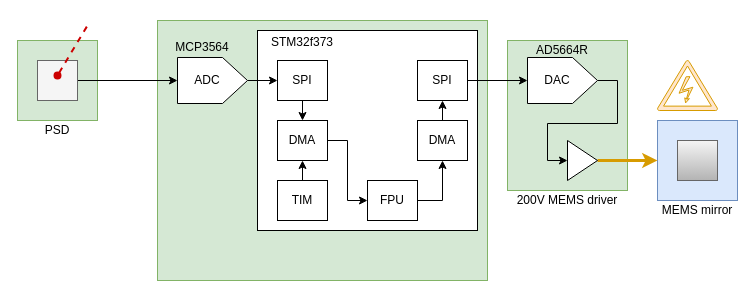
This is img/QSIT_MEMS_driver_loop.drawio from fhnw-ise-qcrypt/stm32-wiggly-pointy, a draw.io file, before an edit. Source tidied: cells renumbered, new cells numbered last; positions are measured from the earlier drawing's top-left corner, leaving out a move shared by most shapes. Both pictures are drawn from the tidied source at 100%, with x=0, y=0 at pixel (17, 20).
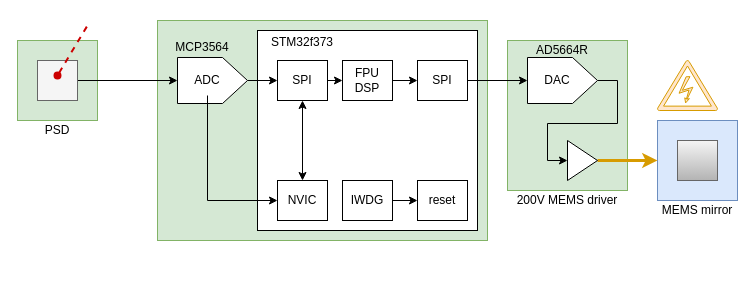
After the change.

Unchanged cells that the change refers to:
```xml
<mxCell id="6" value="SPI" style="rounded=0;whiteSpace=wrap;html=1;" parent="1" vertex="1">
  <mxGeometry x="400" y="40" width="50" height="40" as="geometry" />
</mxCell>
<mxCell id="11" value="SPI" style="rounded=0;whiteSpace=wrap;html=1;" parent="1" vertex="1">
  <mxGeometry x="260" y="40" width="50" height="40" as="geometry" />
</mxCell>
<mxCell id="20" value="ADC" style="text;html=1;strokeColor=none;fillColor=none;align=center;verticalAlign=middle;whiteSpace=wrap;rounded=0;" parent="1" vertex="1">
  <mxGeometry x="170" y="45" width="40" height="30" as="geometry" />
</mxCell>
```

The edit, as a diff of the source:
```diff
@@
     <mxCell id="2" style="rounded=0;whiteSpace=wrap;html=1;fillColor=#d5e8d4;strokeColor=#82b366;" parent="1" vertex="1">
-      <mxGeometry x="140" width="330" height="260" as="geometry" />
+      <mxGeometry x="140" width="330" height="220" as="geometry" />
     </mxCell>
@@
-    <mxCell id="10" style="edgeStyle=orthogonalEdgeStyle;rounded=0;jettySize=auto;html=1;exitX=0.5;exitY=1;exitDx=0;exitDy=0;entryX=0.5;entryY=0;entryDx=0;entryDy=0;" parent="1" edge="1" source="11" target="13">
+    <mxCell id="10" style="edgeStyle=orthogonalEdgeStyle;rounded=0;jettySize=auto;html=1;exitX=0.5;exitY=1;exitDx=0;exitDy=0;entryX=0.5;entryY=0;entryDx=0;entryDy=0;startArrow=classic;startFill=1;" parent="1" edge="1" source="11" target="13">
       <mxGeometry relative="1" as="geometry" />
     </mxCell>
+    <mxCell id="38" style="edgeStyle=orthogonalEdgeStyle;rounded=0;jettySize=auto;html=1;exitX=1;exitY=0.5;exitDx=0;exitDy=0;entryX=0;entryY=0.5;entryDx=0;entryDy=0;startArrow=none;startFill=0;" parent="1" edge="1" source="11" target="23">
+      <mxGeometry relative="1" as="geometry" />
+    </mxCell>
@@
-    <mxCell id="12" style="edgeStyle=orthogonalEdgeStyle;rounded=0;jettySize=auto;html=1;exitX=1;exitY=0.5;exitDx=0;exitDy=0;entryX=0;entryY=0.5;entryDx=0;entryDy=0;strokeWidth=1;" parent="1" edge="1" source="13" target="23">
-      <mxGeometry relative="1" as="geometry" />
-    </mxCell>
-    <mxCell id="13" value="DMA" style="rounded=0;whiteSpace=wrap;html=1;" parent="1" vertex="1">
-      <mxGeometry x="260" y="100" width="50" height="40" as="geometry" />
+    <mxCell id="13" value="NVIC" style="rounded=0;whiteSpace=wrap;html=1;" parent="1" vertex="1">
+      <mxGeometry x="260" y="160" width="50" height="40" as="geometry" />
     </mxCell>
-    <mxCell id="14" style="edgeStyle=orthogonalEdgeStyle;rounded=0;jettySize=auto;html=1;exitX=0.5;exitY=0;exitDx=0;exitDy=0;entryX=0.5;entryY=1;entryDx=0;entryDy=0;" parent="1" edge="1" source="15" target="6">
-      <mxGeometry relative="1" as="geometry" />
-    </mxCell>
-    <mxCell id="15" value="DMA" style="rounded=0;whiteSpace=wrap;html=1;" parent="1" vertex="1">
-      <mxGeometry x="400" y="100" width="50" height="40" as="geometry" />
-    </mxCell>
-    <mxCell id="16" style="edgeStyle=orthogonalEdgeStyle;rounded=0;jettySize=auto;html=1;exitX=0.5;exitY=0;exitDx=0;exitDy=0;entryX=0.5;entryY=1;entryDx=0;entryDy=0;" parent="1" edge="1" source="17" target="13">
-      <mxGeometry relative="1" as="geometry" />
-    </mxCell>
-    <mxCell id="17" value="TIM" style="rounded=0;whiteSpace=wrap;html=1;" parent="1" vertex="1">
-      <mxGeometry x="260" y="160" width="50" height="40" as="geometry" />
-    </mxCell>
@@
+    <mxCell id="39" style="edgeStyle=orthogonalEdgeStyle;rounded=0;jettySize=auto;html=1;exitX=0.5;exitY=1;exitDx=0;exitDy=0;entryX=0;entryY=0.5;entryDx=0;entryDy=0;startArrow=none;startFill=0;" parent="1" edge="1" source="20" target="13">
+      <mxGeometry relative="1" as="geometry" />
+    </mxCell>
@@
-    <mxCell id="22" style="edgeStyle=orthogonalEdgeStyle;rounded=0;jettySize=auto;html=1;exitX=1;exitY=0.5;exitDx=0;exitDy=0;entryX=0.5;entryY=1;entryDx=0;entryDy=0;" parent="1" edge="1" source="23" target="15">
-      <mxGeometry relative="1" as="geometry" />
-    </mxCell>
+    <mxCell id="40" style="edgeStyle=orthogonalEdgeStyle;rounded=0;jettySize=auto;html=1;exitX=1;exitY=0.5;exitDx=0;exitDy=0;entryX=0;entryY=0.5;entryDx=0;entryDy=0;startArrow=none;startFill=0;" parent="1" edge="1" source="23" target="6">
+      <mxGeometry relative="1" as="geometry" />
+    </mxCell>
-    <mxCell id="23" value="FPU" style="rounded=0;whiteSpace=wrap;html=1;" parent="1" vertex="1">
-      <mxGeometry x="350" y="160" width="50" height="40" as="geometry" />
+    <mxCell id="23" value="FPU&lt;br&gt;DSP" style="rounded=0;whiteSpace=wrap;html=1;" parent="1" vertex="1">
+      <mxGeometry x="325" y="40" width="50" height="40" as="geometry" />
     </mxCell>
@@
+    <mxCell id="41" style="edgeStyle=orthogonalEdgeStyle;rounded=0;jettySize=auto;html=1;exitX=1;exitY=0.5;exitDx=0;exitDy=0;entryX=0;entryY=0.5;entryDx=0;entryDy=0;startArrow=none;startFill=0;" parent="1" edge="1" source="42" target="43">
+      <mxGeometry relative="1" as="geometry" />
+    </mxCell>
+    <mxCell id="42" value="IWDG" style="rounded=0;whiteSpace=wrap;html=1;" parent="1" vertex="1">
+      <mxGeometry x="325" y="160" width="50" height="40" as="geometry" />
+    </mxCell>
+    <mxCell id="43" value="reset" style="rounded=0;whiteSpace=wrap;html=1;" parent="1" vertex="1">
+      <mxGeometry x="400" y="160" width="50" height="40" as="geometry" />
+    </mxCell>
```
